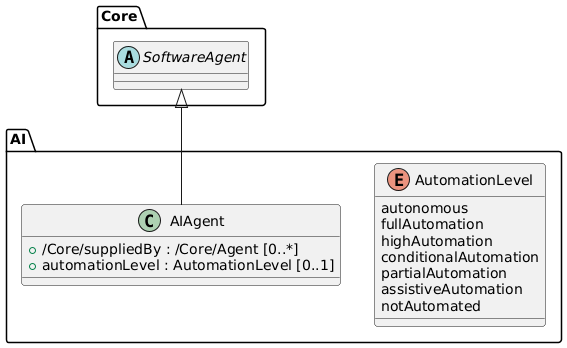
Before: docs/diagrams/aigent.png, a diagram exported from PlantUML (bact/spdx-3-model).
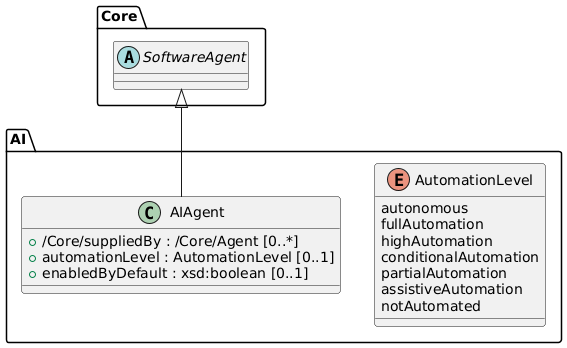
The same file after the commit.

Change to the diagram source:
```diff
@@ -10,6 +10,7 @@
 class "AI/AIAgent" extends "Core/SoftwareAgent" {
     + /Core/suppliedBy : /Core/Agent [0..*]
     + automationLevel : AutomationLevel [0..1]
+    + enabledByDefault : xsd:boolean [0..1]
 }
 
 enum "AI/AutomationLevel" {
```
